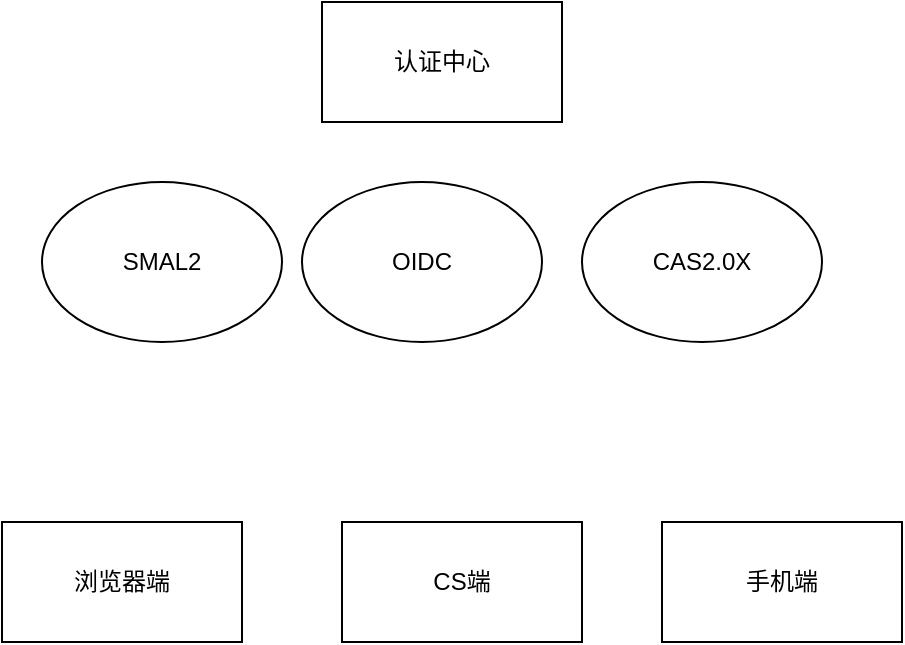
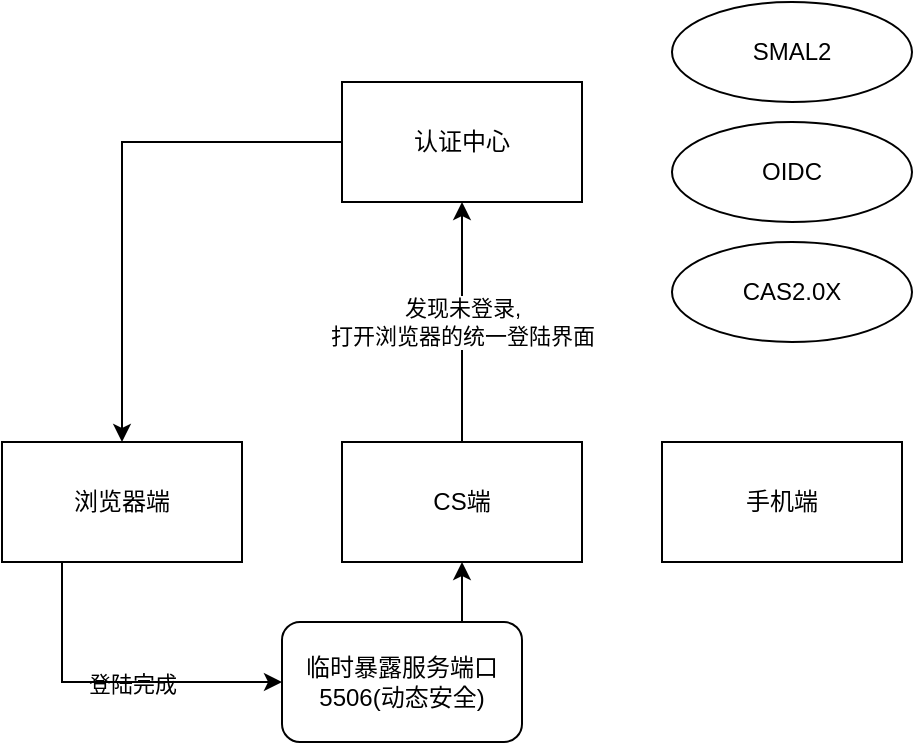
<mxfile host="app.diagrams.net">
  <diagram name="第 1 页" id="FNG4i9f91mwD7ZXRyC5h">
    <mxGraphModel dx="846" dy="558" grid="1" gridSize="10" guides="1" tooltips="1" connect="1" arrows="1" fold="1" page="1" pageScale="1" pageWidth="827" pageHeight="1169" math="0" shadow="0">
      <root>
        <mxCell id="0" />
        <mxCell id="1" parent="0" />
+         <mxCell id="k2U8XZ2Olf_lEfXQIG3k-11" edge="1" parent="1" source="k2U8XZ2Olf_lEfXQIG3k-1" style="edgeStyle=orthogonalEdgeStyle;rounded=0;orthogonalLoop=1;jettySize=auto;html=1;exitX=0;exitY=0.5;exitDx=0;exitDy=0;" target="k2U8XZ2Olf_lEfXQIG3k-6">
+           <mxGeometry relative="1" as="geometry" />
+         </mxCell>
+         <mxCell id="k2U8XZ2Olf_lEfXQIG3k-12" connectable="0" parent="k2U8XZ2Olf_lEfXQIG3k-11" style="edgeLabel;html=1;align=center;verticalAlign=middle;resizable=0;points=[];" value="登陆完成" vertex="1">
+           <mxGeometry relative="1" x="0.2423" y="1" as="geometry">
+             <mxPoint x="4" y="219" as="offset" />
+           </mxGeometry>
+         </mxCell>
        <mxCell id="k2U8XZ2Olf_lEfXQIG3k-1" parent="1" style="rounded=0;whiteSpace=wrap;html=1;" value="认证中心" vertex="1">
-           <mxGeometry height="60" width="120" x="320" y="170" as="geometry" />
+           <mxGeometry height="60" width="120" x="325" y="180" as="geometry" />
        </mxCell>
        <mxCell id="k2U8XZ2Olf_lEfXQIG3k-3" parent="1" style="ellipse;whiteSpace=wrap;html=1;" value="OIDC" vertex="1">
-           <mxGeometry height="80" width="120" x="310" y="260" as="geometry" />
+           <mxGeometry height="50" width="120" x="490" y="200" as="geometry" />
        </mxCell>
        <mxCell id="k2U8XZ2Olf_lEfXQIG3k-4" parent="1" style="ellipse;whiteSpace=wrap;html=1;" value="SMAL2" vertex="1">
-           <mxGeometry height="80" width="120" x="180" y="260" as="geometry" />
+           <mxGeometry height="50" width="120" x="490" y="140" as="geometry" />
        </mxCell>
        <mxCell id="k2U8XZ2Olf_lEfXQIG3k-5" parent="1" style="ellipse;whiteSpace=wrap;html=1;" value="CAS2.0X" vertex="1">
-           <mxGeometry height="80" width="120" x="450" y="260" as="geometry" />
+           <mxGeometry height="50" width="120" x="490" y="260" as="geometry" />
+         </mxCell>
+         <mxCell id="k2U8XZ2Olf_lEfXQIG3k-15" edge="1" parent="1" source="k2U8XZ2Olf_lEfXQIG3k-6" style="edgeStyle=orthogonalEdgeStyle;rounded=0;orthogonalLoop=1;jettySize=auto;html=1;exitX=0.25;exitY=1;exitDx=0;exitDy=0;entryX=0;entryY=0.5;entryDx=0;entryDy=0;" target="k2U8XZ2Olf_lEfXQIG3k-14">
+           <mxGeometry relative="1" as="geometry" />
        </mxCell>
        <mxCell id="k2U8XZ2Olf_lEfXQIG3k-6" parent="1" style="rounded=0;whiteSpace=wrap;html=1;" value="浏览器端" vertex="1">
-           <mxGeometry height="60" width="120" x="160" y="430" as="geometry" />
+           <mxGeometry height="60" width="120" x="155" y="360" as="geometry" />
+         </mxCell>
+         <mxCell id="k2U8XZ2Olf_lEfXQIG3k-10" edge="1" parent="1" source="k2U8XZ2Olf_lEfXQIG3k-7" style="edgeStyle=orthogonalEdgeStyle;rounded=0;orthogonalLoop=1;jettySize=auto;html=1;exitX=0.5;exitY=0;exitDx=0;exitDy=0;entryX=0.5;entryY=1;entryDx=0;entryDy=0;" target="k2U8XZ2Olf_lEfXQIG3k-1" value="发现未登录,&lt;div&gt;打开浏览器的统一登陆界面&lt;/div&gt;">
+           <mxGeometry relative="1" as="geometry" />
        </mxCell>
        <mxCell id="k2U8XZ2Olf_lEfXQIG3k-7" parent="1" style="rounded=0;whiteSpace=wrap;html=1;" value="CS端" vertex="1">
-           <mxGeometry height="60" width="120" x="330" y="430" as="geometry" />
+           <mxGeometry height="60" width="120" x="325" y="360" as="geometry" />
        </mxCell>
        <mxCell id="k2U8XZ2Olf_lEfXQIG3k-8" parent="1" style="rounded=0;whiteSpace=wrap;html=1;" value="手机端" vertex="1">
-           <mxGeometry height="60" width="120" x="490" y="430" as="geometry" />
+           <mxGeometry height="60" width="120" x="485" y="360" as="geometry" />
+         </mxCell>
+         <mxCell id="k2U8XZ2Olf_lEfXQIG3k-16" edge="1" parent="1" source="k2U8XZ2Olf_lEfXQIG3k-14" style="edgeStyle=orthogonalEdgeStyle;rounded=0;orthogonalLoop=1;jettySize=auto;html=1;exitX=0.75;exitY=0;exitDx=0;exitDy=0;" target="k2U8XZ2Olf_lEfXQIG3k-7">
+           <mxGeometry relative="1" as="geometry" />
+         </mxCell>
+         <mxCell id="k2U8XZ2Olf_lEfXQIG3k-14" parent="1" style="rounded=1;whiteSpace=wrap;html=1;" value="临时暴露服务端口5506(动态安全)" vertex="1">
+           <mxGeometry height="60" width="120" x="295" y="450" as="geometry" />
        </mxCell>
      </root>
    </mxGraphModel>
  </diagram>
</mxfile>
